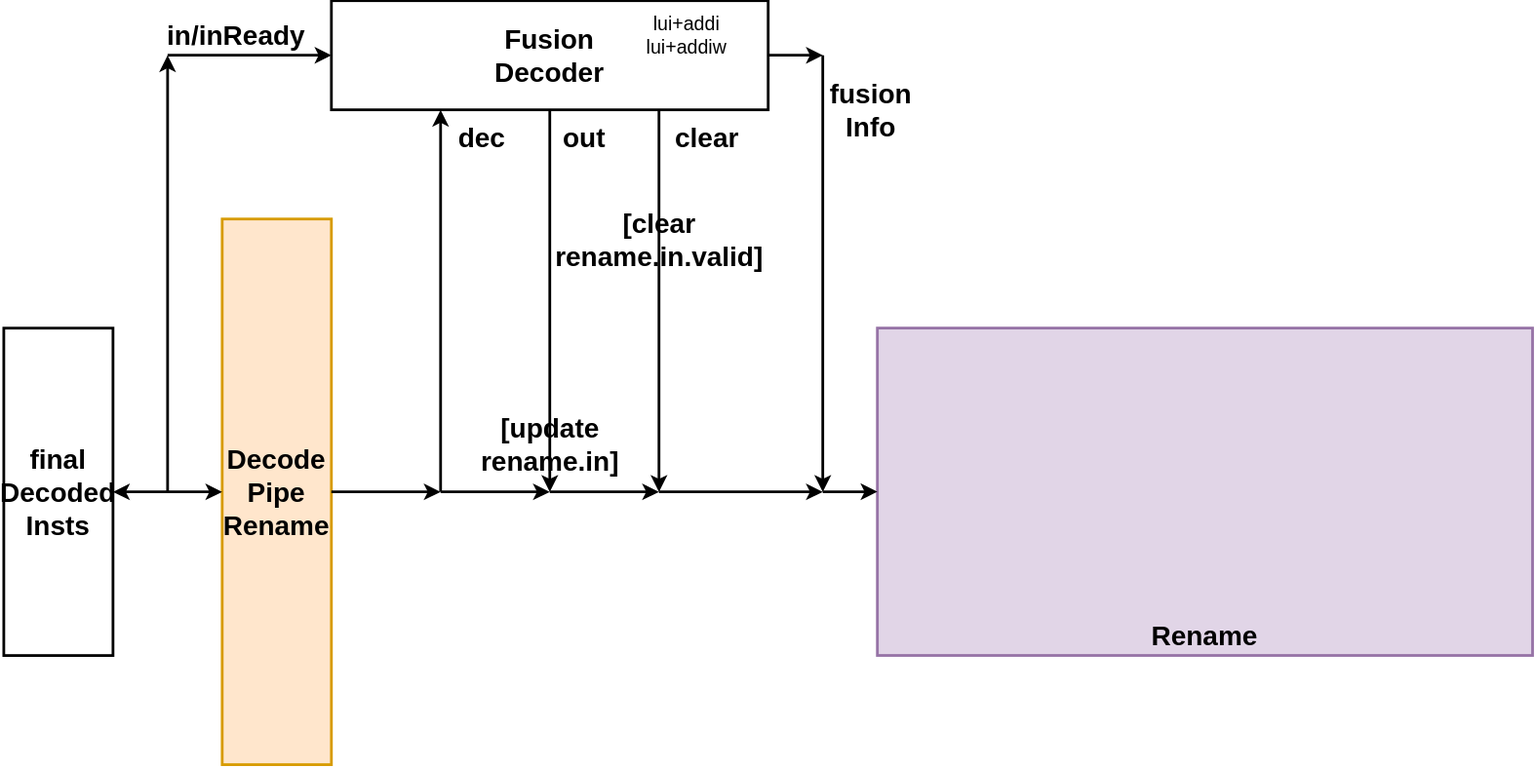
OpenXiangShan/XiangShan-Design-Doc keeps this draw.io diagram as docs/backend/CtrlBlock/figure/Fusion-Decoder-Overview.svg. Above is the earlier version. Source tidied: cells renumbered, new cells last; positions are measured from the earlier drawing's top-left corner, leaving out a move shared by most shapes.
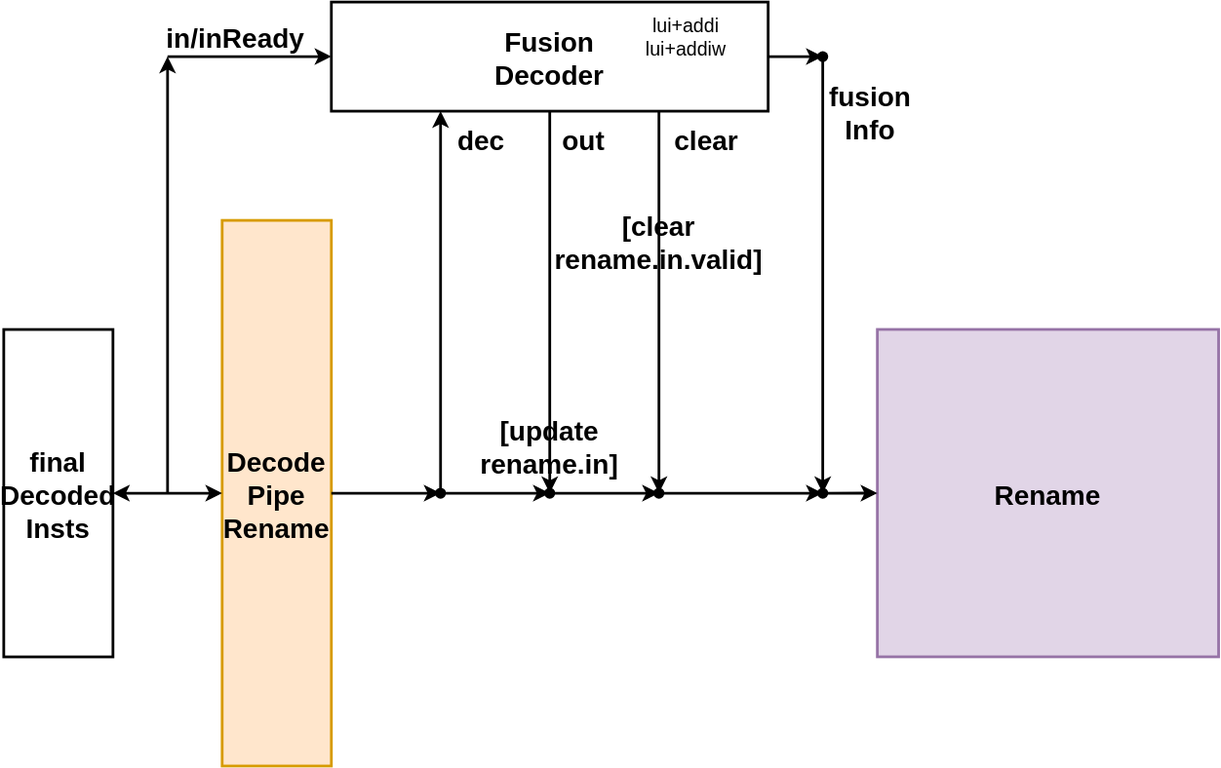
The same diagram one commit later.

Change to the diagram source:
```diff
@@ -2,109 +2,109 @@
   <root>
     <mxCell id="0" />
     <mxCell id="1" parent="0" />
-    <mxCell id="2" value="final&lt;br style=&quot;font-size: 20px;&quot;&gt;Decoded&lt;br style=&quot;font-size: 20px;&quot;&gt;Insts" style="rounded=0;whiteSpace=wrap;html=1;fontSize=20;strokeWidth=2;fontStyle=1;" parent="1" vertex="1">
+    <mxCell id="2" value="final&#10;Decoded&#10;Insts" style="rounded=0;fontSize=20;strokeWidth=2;fontStyle=1;" parent="1" vertex="1">
       <mxGeometry y="240" width="80" height="240" as="geometry" />
     </mxCell>
-    <mxCell id="3" value="Decode&lt;br style=&quot;font-size: 20px;&quot;&gt;Pipe&lt;br style=&quot;font-size: 20px;&quot;&gt;Rename" style="rounded=0;whiteSpace=wrap;html=1;fillColor=#ffe6cc;strokeColor=#d79b00;fontSize=20;strokeWidth=2;fontStyle=1;" parent="1" vertex="1">
+    <mxCell id="3" value="Decode&#10;Pipe&#10;Rename" style="rounded=0;fillColor=#ffe6cc;strokeColor=#d79b00;fontSize=20;strokeWidth=2;fontStyle=1;" parent="1" vertex="1">
       <mxGeometry x="160" y="160" width="80" height="400" as="geometry" />
     </mxCell>
-    <mxCell id="4" style="endArrow=classic;startArrow=classic;html=1;rounded=0;entryX=0;entryY=0.5;entryDx=0;entryDy=0;exitX=1;exitY=0.5;exitDx=0;exitDy=0;fontSize=20;strokeWidth=2;fontStyle=1;" parent="1" edge="1" source="2" target="3">
+    <mxCell id="4" style="endArrow=classic;startArrow=classic;rounded=0;entryX=0;entryY=0.5;entryDx=0;entryDy=0;exitX=1;exitY=0.5;exitDx=0;exitDy=0;fontSize=20;strokeWidth=2;fontStyle=1;" parent="1" edge="1" source="2" target="3">
       <mxGeometry relative="1" as="geometry" />
     </mxCell>
-    <mxCell id="5" value="Fusion&lt;br style=&quot;font-size: 20px;&quot;&gt;Decoder" style="rounded=0;whiteSpace=wrap;html=1;fontSize=20;strokeWidth=2;fontStyle=1;" parent="1" vertex="1">
+    <mxCell id="5" value="Fusion&#10;Decoder" style="rounded=0;fontSize=20;strokeWidth=2;fontStyle=1;" parent="1" vertex="1">
       <mxGeometry x="240" width="320" height="80" as="geometry" />
     </mxCell>
-    <mxCell id="6" style="endArrow=classic;html=1;rounded=0;fontSize=20;strokeWidth=2;fontStyle=1;" parent="1" edge="1">
+    <mxCell id="6" style="endArrow=classic;rounded=0;fontSize=20;strokeWidth=2;fontStyle=1;" parent="1" edge="1">
       <mxGeometry y="10" relative="1" as="geometry">
         <mxPoint x="120" y="360" as="sourcePoint" />
         <mxPoint x="120" y="40" as="targetPoint" />
       </mxGeometry>
     </mxCell>
-    <mxCell id="7" style="endArrow=classic;html=1;rounded=0;fontSize=20;entryX=0;entryY=0.5;entryDx=0;entryDy=0;strokeWidth=2;fontStyle=1;" parent="1" edge="1" target="5">
+    <mxCell id="7" style="endArrow=classic;rounded=0;fontSize=20;entryX=0;entryY=0.5;entryDx=0;entryDy=0;strokeWidth=2;fontStyle=1;" parent="1" edge="1" target="5">
       <mxGeometry y="10" relative="1" as="geometry">
         <mxPoint x="120" y="40" as="sourcePoint" />
       </mxGeometry>
     </mxCell>
-    <mxCell id="8" value="Rename" style="rounded=0;whiteSpace=wrap;html=1;fontSize=20;fontStyle=1;verticalAlign=bottom;fillColor=#e1d5e7;strokeColor=#9673a6;strokeWidth=2;" parent="1" vertex="1">
-      <mxGeometry x="640" y="240" width="480" height="240" as="geometry" />
+    <mxCell id="8" value="Rename" style="rounded=0;fontSize=20;fontStyle=1;verticalAlign=middle;fillColor=#e1d5e7;strokeColor=#9673a6;strokeWidth=2;" parent="1" vertex="1">
+      <mxGeometry x="640" y="240" width="250" height="240" as="geometry" />
     </mxCell>
-    <mxCell id="9" style="endArrow=classic;html=1;rounded=0;fontSize=20;exitDx=0;exitDy=0;entryX=0.689;entryY=1.002;entryDx=0;entryDy=0;entryPerimeter=0;strokeWidth=2;fontStyle=1;" parent="1" edge="1">
-      <mxGeometry y="10" relative="1" as="geometry">
-        <mxPoint x="400" y="360" as="sourcePoint" />
-        <mxPoint x="480" y="360" as="targetPoint" />
-      </mxGeometry>
+    <mxCell id="9" style="endArrow=classic;rounded=0;fontSize=20;exitDx=0;exitDy=0;entryX=0.689;entryY=1.002;entryDx=0;entryDy=0;entryPerimeter=0;strokeWidth=2;fontStyle=1;" parent="1" edge="1" source="26" target="18">
+      <mxGeometry y="10" relative="1" as="geometry" />
     </mxCell>
-    <mxCell id="10" style="endArrow=classic;html=1;rounded=0;fontSize=20;entryX=0.25;entryY=1;entryDx=0;entryDy=0;strokeWidth=2;fontStyle=1;" parent="1" edge="1" target="5">
+    <mxCell id="10" style="endArrow=classic;rounded=0;fontSize=20;entryX=0.25;entryY=1;entryDx=0;entryDy=0;strokeWidth=2;fontStyle=1;" parent="1" edge="1" target="5">
       <mxGeometry y="10" relative="1" as="geometry">
         <mxPoint x="320" y="360" as="sourcePoint" />
       </mxGeometry>
     </mxCell>
-    <mxCell id="11" value="in/inReady" style="text;html=1;align=center;verticalAlign=middle;strokeColor=none;fillColor=none;fontSize=20;strokeWidth=2;fontStyle=1;" parent="1" vertex="1">
+    <mxCell id="11" value="in/inReady" style="text;align=center;verticalAlign=middle;strokeColor=none;fillColor=none;fontSize=20;strokeWidth=2;fontStyle=1;" parent="1" vertex="1">
       <mxGeometry x="110" y="5" width="120" height="40" as="geometry" />
     </mxCell>
-    <mxCell id="12" value="dec" style="text;html=1;align=center;verticalAlign=middle;strokeColor=none;fillColor=none;fontSize=20;strokeWidth=2;fontStyle=1;" parent="1" vertex="1">
+    <mxCell id="12" value="dec" style="text;align=center;verticalAlign=middle;strokeColor=none;fillColor=none;fontSize=20;strokeWidth=2;fontStyle=1;" parent="1" vertex="1">
       <mxGeometry x="320" y="80" width="60" height="40" as="geometry" />
     </mxCell>
-    <mxCell id="13" style="endArrow=classic;html=1;rounded=0;fontSize=20;exitX=1;exitY=0.5;exitDx=0;exitDy=0;strokeWidth=2;fontStyle=1;" parent="1" edge="1" source="5">
+    <mxCell id="13" style="endArrow=classic;rounded=0;fontSize=20;exitX=1;exitY=0.5;exitDx=0;exitDy=0;strokeWidth=2;fontStyle=1;" parent="1" edge="1" source="5">
       <mxGeometry y="10" relative="1" as="geometry">
         <mxPoint x="600" y="40" as="targetPoint" />
       </mxGeometry>
     </mxCell>
-    <mxCell id="14" value="fusion&lt;br style=&quot;font-size: 20px;&quot;&gt;Info" style="text;html=1;align=center;verticalAlign=middle;strokeColor=none;fillColor=none;fontSize=20;strokeWidth=2;fontStyle=1;" parent="1" vertex="1">
+    <mxCell id="14" value="fusion&#10;Info" style="text;align=center;verticalAlign=middle;strokeColor=none;fillColor=none;fontSize=20;strokeWidth=2;fontStyle=1;" parent="1" vertex="1">
       <mxGeometry x="595" y="50" width="80" height="60" as="geometry" />
     </mxCell>
-    <mxCell id="15" value="clear" style="text;html=1;align=center;verticalAlign=middle;strokeColor=none;fillColor=none;fontSize=20;strokeWidth=2;fontStyle=1;" parent="1" vertex="1">
+    <mxCell id="15" value="clear" style="text;align=center;verticalAlign=middle;strokeColor=none;fillColor=none;fontSize=20;strokeWidth=2;fontStyle=1;" parent="1" vertex="1">
       <mxGeometry x="480" y="80" width="70" height="40" as="geometry" />
     </mxCell>
-    <mxCell id="16" style="endArrow=classic;html=1;rounded=0;fontSize=20;exitX=0.75;exitY=1;exitDx=0;exitDy=0;entryX=0.395;entryY=0.079;entryDx=0;entryDy=0;entryPerimeter=0;strokeWidth=2;fontStyle=1;" parent="1" edge="1" source="5">
-      <mxGeometry y="10" relative="1" as="geometry">
-        <mxPoint x="480" y="360" as="targetPoint" />
-      </mxGeometry>
+    <mxCell id="16" style="endArrow=classic;rounded=0;fontSize=20;exitX=0.75;exitY=1;exitDx=0;exitDy=0;entryX=0.395;entryY=0.079;entryDx=0;entryDy=0;entryPerimeter=0;strokeWidth=2;fontStyle=1;" parent="1" edge="1" source="5" target="18">
+      <mxGeometry y="10" relative="1" as="geometry" />
     </mxCell>
-    <mxCell id="17" value="[clear&lt;br style=&quot;font-size: 20px;&quot;&gt;rename.in.valid]" style="text;html=1;align=center;verticalAlign=middle;strokeColor=none;fillColor=none;fontSize=20;strokeWidth=2;fontStyle=1;" parent="1" vertex="1">
+    <mxCell id="17" value="[clear&#10;rename.in.valid]" style="text;align=center;verticalAlign=middle;strokeColor=none;fillColor=none;fontSize=20;strokeWidth=2;fontStyle=1;" parent="1" vertex="1">
       <mxGeometry x="390" y="145" width="180" height="60" as="geometry" />
     </mxCell>
-    <mxCell id="18" style="endArrow=classic;html=1;rounded=0;fontSize=20;exitX=-0.168;exitY=1.034;exitDx=0;exitDy=0;exitPerimeter=0;entryX=0.479;entryY=0.813;entryDx=0;entryDy=0;entryPerimeter=0;strokeWidth=2;fontStyle=1;" parent="1" edge="1">
-      <mxGeometry y="10" relative="1" as="geometry">
-        <mxPoint x="480" y="360" as="sourcePoint" />
-        <mxPoint x="600" y="360" as="targetPoint" />
-      </mxGeometry>
+    <mxCell id="18" style="shape=waypoint;sketch=0;size=6;points=[];fillColor=none;perimeter=centerPerimeter;snapToPoint=1;fontSize=20;strokeWidth=2;fontStyle=1;" parent="1" vertex="1">
+      <mxGeometry x="470" y="350" width="20" height="20" as="geometry" />
     </mxCell>
-    <mxCell id="19" style="endArrow=classic;html=1;rounded=0;fontSize=20;exitX=0.5;exitY=1;exitDx=0;exitDy=0;entryX=0.281;entryY=0.455;entryDx=0;entryDy=0;entryPerimeter=0;strokeWidth=2;fontStyle=1;" parent="1" edge="1" source="5">
-      <mxGeometry y="10" relative="1" as="geometry">
-        <mxPoint x="400" y="360" as="targetPoint" />
-      </mxGeometry>
+    <mxCell id="19" style="endArrow=classic;rounded=0;fontSize=20;exitX=-0.168;exitY=1.034;exitDx=0;exitDy=0;exitPerimeter=0;entryX=0.479;entryY=0.813;entryDx=0;entryDy=0;entryPerimeter=0;strokeWidth=2;fontStyle=1;" parent="1" edge="1" source="18" target="31">
+      <mxGeometry y="10" relative="1" as="geometry" />
     </mxCell>
-    <mxCell id="20" value="[update&lt;br style=&quot;font-size: 20px;&quot;&gt;rename.in]" style="text;html=1;align=center;verticalAlign=middle;strokeColor=none;fillColor=none;fontSize=20;strokeWidth=2;fontStyle=1;" parent="1" vertex="1">
-      <mxGeometry x="340" y="295" width="120" height="60" as="geometry" />
+    <mxCell id="20" style="endArrow=classic;rounded=0;fontSize=20;exitX=0.5;exitY=1;exitDx=0;exitDy=0;entryX=0.281;entryY=0.455;entryDx=0;entryDy=0;entryPerimeter=0;strokeWidth=2;fontStyle=1;" parent="1" edge="1" source="5" target="26">
+      <mxGeometry y="10" relative="1" as="geometry" />
     </mxCell>
-    <mxCell id="21" value="out" style="text;html=1;align=center;verticalAlign=middle;strokeColor=none;fillColor=none;fontSize=20;strokeWidth=2;fontStyle=1;" parent="1" vertex="1">
-      <mxGeometry x="400" y="80" width="50" height="40" as="geometry" />
+    <mxCell id="21" value="[update&#10;rename.in]" style="text;align=center;verticalAlign=middle;strokeColor=none;fillColor=none;fontSize=20;strokeWidth=2;fontStyle=1;" parent="1" vertex="1">
+      <mxGeometry x="340" y="295" width="120" height="60" as="geometry" />
     </mxCell>
-    <mxCell id="22" style="endArrow=classic;html=1;rounded=0;fontSize=20;exitX=0.599;exitY=0.931;exitDx=0;exitDy=0;exitPerimeter=0;entryX=0.697;entryY=0.378;entryDx=0;entryDy=0;entryPerimeter=0;strokeWidth=2;fontStyle=1;" parent="1" edge="1">
-      <mxGeometry y="10" relative="1" as="geometry">
-        <mxPoint x="600" y="40" as="sourcePoint" />
-        <mxPoint x="600" y="360" as="targetPoint" />
-      </mxGeometry>
+    <mxCell id="22" value="out" style="text;align=center;verticalAlign=middle;strokeColor=none;fillColor=none;fontSize=20;strokeWidth=2;fontStyle=1;" parent="1" vertex="1">
+      <mxGeometry x="400" y="80" width="50" height="40" as="geometry" />
     </mxCell>
-    <mxCell id="23" style="endArrow=classic;html=1;rounded=0;fontSize=20;exitDx=0;exitDy=0;entryDx=0;entryDy=0;entryPerimeter=0;strokeWidth=2;fontStyle=1;" parent="1" edge="1">
-      <mxGeometry y="10" relative="1" as="geometry">
-        <mxPoint x="320" y="360" as="sourcePoint" />
-        <mxPoint x="400" y="360" as="targetPoint" />
-      </mxGeometry>
+    <mxCell id="23" style="shape=waypoint;sketch=0;size=6;points=[];fillColor=none;perimeter=centerPerimeter;snapToPoint=1;fontSize=20;strokeWidth=2;fontStyle=1;" parent="1" vertex="1">
+      <mxGeometry x="590" y="30" width="20" height="20" as="geometry" />
     </mxCell>
-    <mxCell id="24" style="endArrow=classic;html=1;rounded=0;fontSize=20;exitX=1;exitY=0.5;exitDx=0;exitDy=0;entryDx=0;entryDy=0;entryPerimeter=0;strokeWidth=2;fontStyle=1;" parent="1" edge="1" source="3">
-      <mxGeometry y="10" relative="1" as="geometry">
-        <mxPoint x="320" y="360" as="targetPoint" />
-      </mxGeometry>
+    <mxCell id="24" style="endArrow=classic;rounded=0;fontSize=20;exitX=0.599;exitY=0.931;exitDx=0;exitDy=0;exitPerimeter=0;entryX=0.697;entryY=0.378;entryDx=0;entryDy=0;entryPerimeter=0;strokeWidth=2;fontStyle=1;" parent="1" edge="1" source="23" target="31">
+      <mxGeometry y="10" relative="1" as="geometry" />
     </mxCell>
-    <mxCell id="25" style="endArrow=classic;html=1;rounded=0;fontSize=20;entryX=0;entryY=0.5;entryDx=0;entryDy=0;strokeWidth=2;fontStyle=1;" parent="1" edge="1" target="8">
-      <mxGeometry y="10" relative="1" as="geometry">
-        <mxPoint x="600" y="360" as="sourcePoint" />
-      </mxGeometry>
+    <mxCell id="25" style="endArrow=classic;rounded=0;fontSize=20;exitDx=0;exitDy=0;entryDx=0;entryDy=0;entryPerimeter=0;strokeWidth=2;fontStyle=1;" parent="1" edge="1" source="28" target="26">
+      <mxGeometry y="10" relative="1" as="geometry" />
     </mxCell>
-    <mxCell id="26" value="lui+addi&lt;div style=&quot;font-size: 14px;&quot;&gt;lui+addiw&lt;/div&gt;" style="text;html=1;align=center;verticalAlign=middle;points=[];strokeColor=none;fillColor=none;fontSize=14;" parent="1" vertex="1">
-      <mxGeometry x="460" width="80" height="50" as="geometry" />
+    <mxCell id="26" style="shape=waypoint;sketch=0;size=6;points=[];fillColor=none;perimeter=centerPerimeter;snapToPoint=1;fontSize=20;strokeWidth=2;fontStyle=1;" parent="1" vertex="1">
+      <mxGeometry x="390" y="350" width="20" height="20" as="geometry" />
     </mxCell>
+    <mxCell id="27" style="endArrow=classic;rounded=0;fontSize=20;exitX=1;exitY=0.5;exitDx=0;exitDy=0;entryDx=0;entryDy=0;entryPerimeter=0;strokeWidth=2;fontStyle=1;" parent="1" edge="1" source="3" target="28">
+      <mxGeometry y="10" relative="1" as="geometry" />
+    </mxCell>
+    <mxCell id="28" style="shape=waypoint;sketch=0;size=6;points=[];fillColor=none;perimeter=centerPerimeter;snapToPoint=1;fontSize=20;strokeWidth=2;fontStyle=1;" parent="1" vertex="1">
+      <mxGeometry x="310" y="350" width="20" height="20" as="geometry" />
+    </mxCell>
+    <mxCell id="29" style="endArrow=classic;rounded=0;fontSize=20;entryX=0;entryY=0.5;entryDx=0;entryDy=0;strokeWidth=2;fontStyle=1;" parent="1" edge="1" source="31" target="8">
+      <mxGeometry y="10" relative="1" as="geometry" />
+    </mxCell>
+    <mxCell id="30" style="endArrow=classic;rounded=0;fontSize=20;entryDx=0;entryDy=0;strokeWidth=2;fontStyle=1;" parent="1" edge="1" target="31">
+      <mxGeometry y="10" relative="1" as="geometry">
+        <mxPoint x="600" y="360" as="sourcePoint" />
+      </mxGeometry>
+    </mxCell>
+    <mxCell id="31" style="shape=waypoint;sketch=0;size=6;points=[];fillColor=none;perimeter=centerPerimeter;snapToPoint=1;fontSize=20;strokeWidth=2;fontStyle=1;" parent="1" vertex="1">
+      <mxGeometry x="590" y="350" width="20" height="20" as="geometry" />
+    </mxCell>
+    <mxCell id="32" value="lui+addi&#10;lui+addiw" style="text;align=center;verticalAlign=middle;strokeColor=none;fillColor=none;fontSize=14;" parent="1" vertex="1">
+      <mxGeometry x="460" width="80" height="50" as="geometry" />
+    </mxCell>
   </root>
 </mxGraphModel>
```
